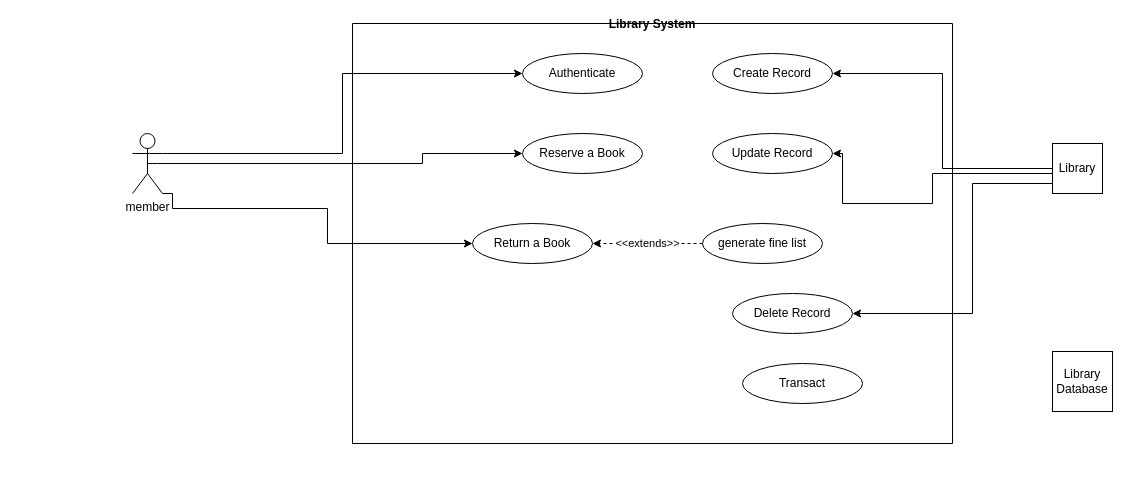
Above: Class Assignment1 - Usecase Diagrams.drawio in VinCoD/ERDs (draw.io), before the change. Source tidied: cells renumbered, new cells numbered last; positions are measured from the earlier drawing's top-left corner, leaving out a move shared by most shapes. Both pictures are drawn from the tidied source at 100%, with x=0, y=0 at pixel (132, 23).
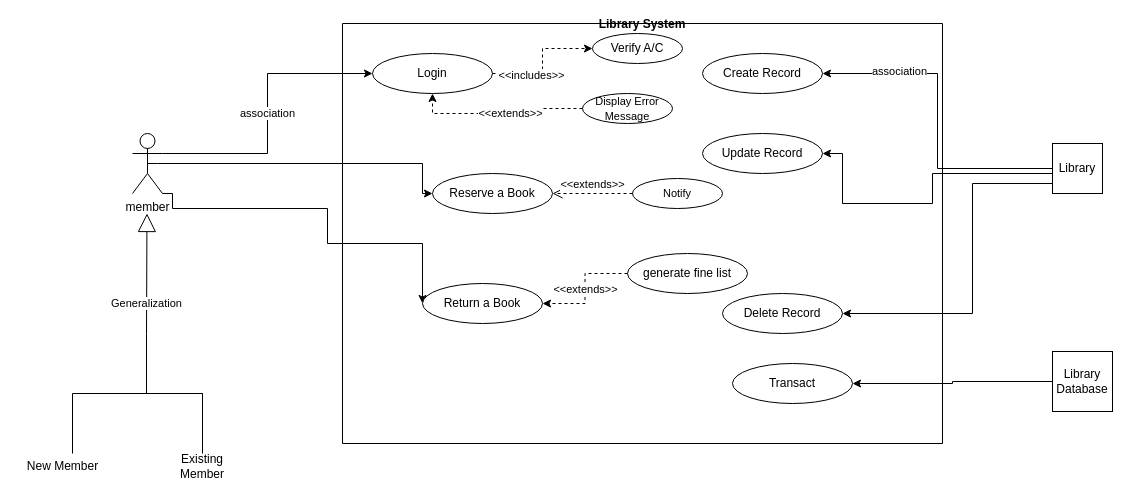
The same page after the edit.

Commit message:
Update Class Assignment1 - Added more relationships

Unchanged cells that the change refers to:
```xml
<mxCell id="5" value="member" style="shape=umlActor;verticalLabelPosition=bottom;verticalAlign=top;html=1;outlineConnect=0;" parent="1" vertex="1">
  <mxGeometry y="110" width="30" height="60" as="geometry" />
</mxCell>
<mxCell id="15" value="Transact" style="ellipse;whiteSpace=wrap;html=1;" parent="6" vertex="1">
  <mxGeometry x="390" y="340" width="120" height="40" as="geometry" />
</mxCell>
<mxCell id="16" style="edgeStyle=orthogonalEdgeStyle;rounded=0;jettySize=auto;html=1;entryX=1;entryY=0.5;entryDx=0;entryDy=0;" parent="1" edge="1" source="19" target="12">
  <mxGeometry relative="1" as="geometry" />
</mxCell>
<mxCell id="20" value="Library Database" style="whiteSpace=wrap;html=1;" parent="1" vertex="1">
  <mxGeometry x="920" y="328" width="60" height="60" as="geometry" />
</mxCell>
```

What changed in the source:
```diff
@@
-    <mxCell id="3" style="edgeStyle=orthogonalEdgeStyle;rounded=0;jettySize=auto;html=1;exitX=1;exitY=0.3333333333333333;exitDx=0;exitDy=0;exitPerimeter=0;entryX=0;entryY=0.5;entryDx=0;entryDy=0;" parent="1" edge="1" source="5" target="7">
+    <mxCell id="3" value="association" style="edgeStyle=orthogonalEdgeStyle;rounded=0;jettySize=auto;html=1;exitX=1;exitY=0.3333333333333333;exitDx=0;exitDy=0;exitPerimeter=0;entryX=0;entryY=0.5;entryDx=0;entryDy=0;" parent="1" edge="1" source="5" target="7">
       <mxGeometry relative="1" as="geometry" />
     </mxCell>
@@
     <mxCell id="6" value="Library System" style="swimlane;startSize=0;" parent="1" vertex="1">
-      <mxGeometry x="220" width="600" height="420" as="geometry" />
+      <mxGeometry x="210" width="600" height="420" as="geometry" />
     </mxCell>
+    <mxCell id="21" style="edgeStyle=orthogonalEdgeStyle;rounded=0;jettySize=auto;html=1;entryX=0;entryY=0.5;entryDx=0;entryDy=0;dashed=1;" parent="6" edge="1" source="7" target="23">
+      <mxGeometry relative="1" as="geometry" />
+    </mxCell>
+    <mxCell id="22" value="&amp;lt;&amp;lt;includes&amp;gt;&amp;gt;" style="edgeLabel;html=1;align=center;verticalAlign=middle;" parent="21" vertex="1">
+      <mxGeometry x="-0.4" y="-1" relative="1" as="geometry" />
+    </mxCell>
-    <mxCell id="7" value="Authenticate" style="ellipse;whiteSpace=wrap;html=1;" parent="6" vertex="1">
-      <mxGeometry x="170" y="30" width="120" height="40" as="geometry" />
+    <mxCell id="7" value="Login" style="ellipse;whiteSpace=wrap;html=1;" parent="6" vertex="1">
+      <mxGeometry x="30" y="30" width="120" height="40" as="geometry" />
     </mxCell>
     <mxCell id="8" value="Reserve a Book" style="ellipse;whiteSpace=wrap;html=1;" parent="6" vertex="1">
-      <mxGeometry x="170" y="110" width="120" height="40" as="geometry" />
+      <mxGeometry x="90" y="150" width="120" height="40" as="geometry" />
     </mxCell>
     <mxCell id="9" value="Return a Book" style="ellipse;whiteSpace=wrap;html=1;" parent="6" vertex="1">
-      <mxGeometry x="120" y="200" width="120" height="40" as="geometry" />
+      <mxGeometry x="80" y="260" width="120" height="40" as="geometry" />
     </mxCell>
@@
     <mxCell id="11" value="generate fine list" style="ellipse;whiteSpace=wrap;html=1;" parent="6" vertex="1">
-      <mxGeometry x="350" y="200" width="120" height="40" as="geometry" />
+      <mxGeometry x="285" y="230" width="120" height="40" as="geometry" />
     </mxCell>
@@
+    <mxCell id="23" value="Verify A/C" style="ellipse;whiteSpace=wrap;html=1;" parent="6" vertex="1">
+      <mxGeometry x="250" y="10" width="90" height="30" as="geometry" />
+    </mxCell>
+    <mxCell id="24" style="edgeStyle=orthogonalEdgeStyle;rounded=0;jettySize=auto;html=1;entryX=0.5;entryY=1;entryDx=0;entryDy=0;dashed=1;" parent="6" edge="1" source="26" target="7">
+      <mxGeometry relative="1" as="geometry" />
+    </mxCell>
+    <mxCell id="25" value="&amp;lt;&amp;lt;extends&amp;gt;&amp;gt;" style="edgeLabel;html=1;align=center;verticalAlign=middle;" parent="24" vertex="1">
+      <mxGeometry x="-0.11" y="-1" relative="1" as="geometry" />
+    </mxCell>
+    <mxCell id="26" value="&lt;font style=&quot;font-size: 11px;&quot;&gt;Display Error Message&lt;/font&gt;" style="ellipse;whiteSpace=wrap;html=1;" parent="6" vertex="1">
+      <mxGeometry x="240" y="70" width="90" height="30" as="geometry" />
+    </mxCell>
+    <mxCell id="27" value="&lt;font style=&quot;font-size: 11px;&quot;&gt;Notify&lt;/font&gt;" style="ellipse;whiteSpace=wrap;html=1;" parent="6" vertex="1">
+      <mxGeometry x="290" y="155" width="90" height="30" as="geometry" />
+    </mxCell>
+    <mxCell id="28" value="&amp;lt;&amp;lt;extends&amp;gt;&amp;gt;" style="html=1;verticalAlign=bottom;endArrow=open;dashed=1;endSize=8;edgeStyle=elbowEdgeStyle;elbow=vertical;curved=0;rounded=0;" parent="6" edge="1">
+      <mxGeometry relative="1" as="geometry">
+        <mxPoint x="290" y="170" as="sourcePoint" />
+        <mxPoint x="210" y="170" as="targetPoint" />
+      </mxGeometry>
+    </mxCell>
@@
+    <mxCell id="29" value="association" style="edgeLabel;html=1;align=center;verticalAlign=middle;" parent="16" vertex="1">
+      <mxGeometry x="0.53" y="-3" relative="1" as="geometry" />
+    </mxCell>
@@
+    <mxCell id="30" style="edgeStyle=orthogonalEdgeStyle;rounded=0;jettySize=auto;html=1;entryX=1;entryY=0.5;entryDx=0;entryDy=0;" parent="1" edge="1" source="20" target="15">
+      <mxGeometry relative="1" as="geometry" />
+    </mxCell>
@@
+    <mxCell id="31" value="Generalization" style="endArrow=block;endSize=16;endFill=0;html=1;rounded=0;" parent="1" edge="1">
+      <mxGeometry relative="1" as="geometry">
+        <mxPoint x="14" y="370" as="sourcePoint" />
+        <mxPoint x="14.5" y="190" as="targetPoint" />
+        <Array as="points">
+          <mxPoint x="14" y="310" />
+        </Array>
+      </mxGeometry>
+    </mxCell>
+    <mxCell id="32" style="endArrow=none;html=1;rounded=0;endFill=0;edgeStyle=elbowEdgeStyle;" parent="1" edge="1">
+      <mxGeometry relative="1" as="geometry">
+        <mxPoint x="70" y="370" as="sourcePoint" />
+        <mxPoint x="-60" y="430" as="targetPoint" />
+        <Array as="points">
+          <mxPoint x="-60" y="390" />
+        </Array>
+      </mxGeometry>
+    </mxCell>
+    <mxCell id="33" style="endArrow=none;html=1;rounded=0;" parent="1" edge="1" target="35">
+      <mxGeometry relative="1" as="geometry">
+        <mxPoint x="70" y="430" as="sourcePoint" />
+        <Array as="points">
+          <mxPoint x="70" y="370" />
+        </Array>
+      </mxGeometry>
+    </mxCell>
+    <mxCell id="34" value="New Member" style="text;html=1;align=center;verticalAlign=middle;strokeColor=none;fillColor=none;" parent="1" vertex="1">
+      <mxGeometry x="-115" y="428" width="90" height="30" as="geometry" />
+    </mxCell>
+    <mxCell id="35" value="Existing Member" style="text;html=1;strokeColor=none;fillColor=none;align=center;verticalAlign=middle;whiteSpace=wrap;rounded=0;" parent="1" vertex="1">
+      <mxGeometry x="40" y="428" width="60" height="30" as="geometry" />
+    </mxCell>
```
